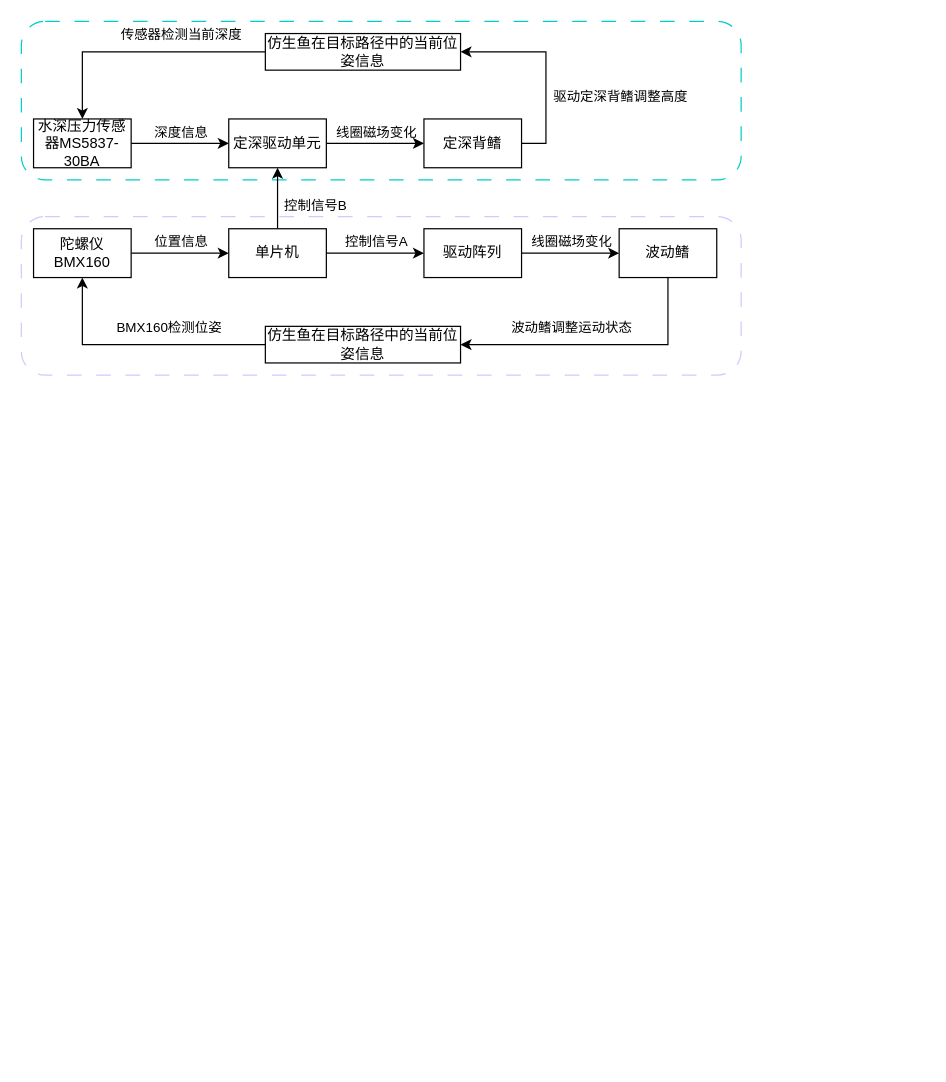
The draw.io diagram 未命名绘图.drawio in chiguaren3/drawio_project, before the edit. Source tidied: cells renumbered, new cells numbered last; positions are measured from the earlier drawing's top-left corner, leaving out a move shared by most shapes. Both pictures are drawn from the tidied source at 122%, with x=0, y=0 at pixel (21, 21).
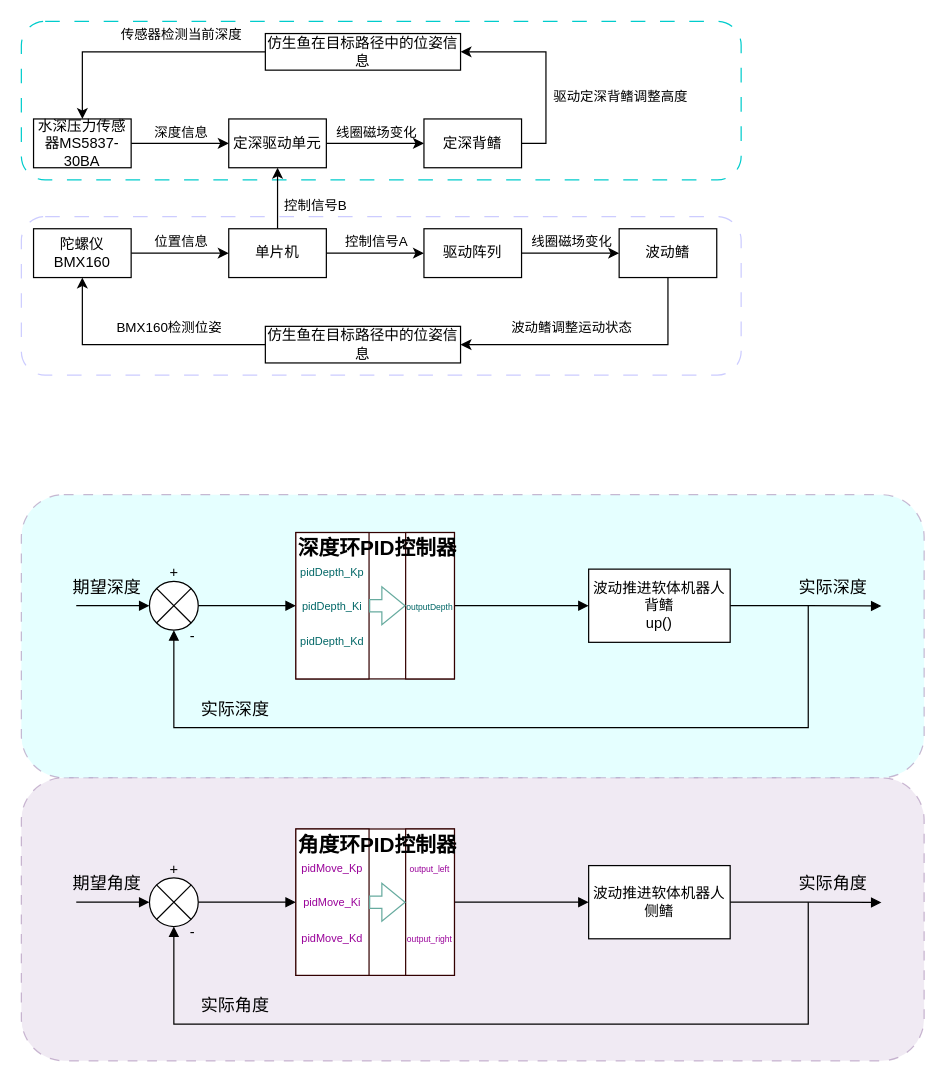
After the change.

Commit message:
更新未命名绘图.drawio

What changed in the source:
```diff
@@
+    <mxCell id="33" style="rounded=1;whiteSpace=wrap;html=1;fillColor=#e1d5e7;strokeColor=#9673a6;opacity=50;dashed=1;dashPattern=8 8;" parent="1" vertex="1">
+      <mxGeometry y="620" width="740" height="232" as="geometry" />
+    </mxCell>
@@
-    <mxCell id="17" value="仿生鱼在目标路径中的当前位姿信息" style="rounded=0;whiteSpace=wrap;html=1;labelBackgroundColor=none;" parent="1" vertex="1">
+    <mxCell id="17" value="仿生鱼在目标路径中的位姿信息" style="rounded=0;whiteSpace=wrap;html=1;labelBackgroundColor=none;" parent="1" vertex="1">
       <mxGeometry x="200" y="250" width="160" height="30" as="geometry" />
     </mxCell>
@@
-    <mxCell id="29" value="仿生鱼在目标路径中的当前位姿信息" style="rounded=0;whiteSpace=wrap;html=1;labelBackgroundColor=none;" parent="1" vertex="1">
+    <mxCell id="29" value="仿生鱼在目标路径中的位姿信息" style="rounded=0;whiteSpace=wrap;html=1;labelBackgroundColor=none;" parent="1" vertex="1">
       <mxGeometry x="200" y="10" width="160" height="30" as="geometry" />
     </mxCell>
@@
+    <mxCell id="34" style="edgeStyle=orthogonalEdgeStyle;rounded=0;jettySize=auto;html=1;exitX=1;exitY=0.5;exitDx=0;exitDy=0;entryX=0;entryY=0.5;entryDx=0;entryDy=0;endArrow=block;endFill=1;" parent="1" edge="1" source="35" target="37">
+      <mxGeometry relative="1" as="geometry" />
+    </mxCell>
+    <mxCell id="35" style="shape=sumEllipse;perimeter=ellipsePerimeter;whiteSpace=wrap;html=1;backgroundOutline=1;" parent="1" vertex="1">
+      <mxGeometry x="105" y="702" width="40" height="40" as="geometry" />
+    </mxCell>
+    <mxCell id="36" style="edgeStyle=orthogonalEdgeStyle;rounded=0;jettySize=auto;html=1;exitX=1;exitY=0.5;exitDx=0;exitDy=0;endArrow=block;endFill=1;" parent="1" edge="1" source="37" target="39">
+      <mxGeometry relative="1" as="geometry" />
+    </mxCell>
+    <mxCell id="37" style="rounded=0;whiteSpace=wrap;html=1;strokeColor=#330000;" parent="1" vertex="1">
+      <mxGeometry x="225" y="662" width="130" height="120" as="geometry" />
+    </mxCell>
+    <mxCell id="38" style="edgeStyle=orthogonalEdgeStyle;rounded=0;jettySize=auto;html=1;exitX=1;exitY=0.5;exitDx=0;exitDy=0;endArrow=block;endFill=1;" parent="1" edge="1" source="39">
+      <mxGeometry relative="1" as="geometry">
+        <mxPoint x="705" y="722.2" as="targetPoint" />
+      </mxGeometry>
+    </mxCell>
+    <mxCell id="39" value="波动推进软体机器人&lt;div&gt;侧鳍&lt;/div&gt;" style="rounded=0;whiteSpace=wrap;html=1;" parent="1" vertex="1">
+      <mxGeometry x="465" y="692" width="116" height="60" as="geometry" />
+    </mxCell>
+    <mxCell id="40" style="endArrow=block;html=1;rounded=0;entryX=0.5;entryY=1;entryDx=0;entryDy=0;endFill=1;" parent="1" edge="1" target="35">
+      <mxGeometry relative="1" as="geometry">
+        <mxPoint x="645" y="722" as="sourcePoint" />
+        <Array as="points">
+          <mxPoint x="645" y="822" />
+          <mxPoint x="125" y="822" />
+        </Array>
+      </mxGeometry>
+    </mxCell>
+    <mxCell id="41" style="endArrow=block;html=1;rounded=0;entryX=0;entryY=0.5;entryDx=0;entryDy=0;endFill=1;" parent="1" edge="1" target="35">
+      <mxGeometry relative="1" as="geometry">
+        <mxPoint x="45" y="722" as="sourcePoint" />
+      </mxGeometry>
+    </mxCell>
+    <mxCell id="42" value="&lt;font style=&quot;font-size: 9px; color: rgb(153, 0, 153);&quot;&gt;pidMove_Kp&lt;/font&gt;&lt;div&gt;&lt;font style=&quot;font-size: 9px; color: rgb(153, 0, 153);&quot;&gt;&lt;br&gt;&lt;/font&gt;&lt;/div&gt;&lt;div&gt;&lt;font style=&quot;font-size: 9px; color: rgb(153, 0, 153);&quot;&gt;pidMove_Ki&lt;/font&gt;&lt;/div&gt;&lt;div&gt;&lt;font style=&quot;font-size: 9px; color: rgb(153, 0, 153);&quot;&gt;&lt;br&gt;&lt;/font&gt;&lt;/div&gt;&lt;div&gt;&lt;font style=&quot;font-size: 9px; color: rgb(153, 0, 153);&quot;&gt;pidMove_Kd&lt;/font&gt;&lt;/div&gt;" style="rounded=0;whiteSpace=wrap;html=1;strokeColor=#330000;" parent="1" vertex="1">
+      <mxGeometry x="225" y="662" width="60" height="120" as="geometry" />
+    </mxCell>
+    <mxCell id="43" value="&lt;span&gt;&lt;font style=&quot;font-size: 7px; color: rgb(153, 0, 153);&quot;&gt;output_left&lt;/font&gt;&lt;/span&gt;&lt;div&gt;&lt;font style=&quot;font-size: 7px; color: rgb(153, 0, 153);&quot;&gt;&lt;br&gt;&lt;/font&gt;&lt;/div&gt;&lt;div&gt;&lt;font style=&quot;font-size: 7px; color: rgb(153, 0, 153);&quot;&gt;&lt;br&gt;&lt;/font&gt;&lt;/div&gt;&lt;div&gt;&lt;font style=&quot;font-size: 7px; color: rgb(153, 0, 153);&quot;&gt;&lt;br&gt;&lt;/font&gt;&lt;/div&gt;&lt;div&gt;&lt;font style=&quot;font-size: 7px; color: rgb(153, 0, 153);&quot;&gt;output_right&lt;/font&gt;&lt;/div&gt;" style="rounded=0;whiteSpace=wrap;html=1;strokeColor=#330000;" parent="1" vertex="1">
+      <mxGeometry x="315" y="662" width="40" height="120" as="geometry" />
+    </mxCell>
+    <mxCell id="44" style="shape=flexArrow;endArrow=classic;html=1;rounded=0;entryX=0;entryY=0.5;entryDx=0;entryDy=0;exitX=1;exitY=0.5;exitDx=0;exitDy=0;strokeColor=#67AB9F;" parent="1" edge="1" source="42" target="43">
+      <mxGeometry relative="1" as="geometry" />
+    </mxCell>
+    <mxCell id="45" value="&lt;h1 style=&quot;margin-top: 0px;&quot;&gt;&lt;font style=&quot;font-size: 17px;&quot;&gt;角度环PID控制器&lt;/font&gt;&lt;/h1&gt;" style="text;html=1;whiteSpace=wrap;overflow=hidden;rounded=0;" parent="1" vertex="1">
+      <mxGeometry x="225" y="652" width="140" height="30" as="geometry" />
+    </mxCell>
+    <mxCell id="46" value="&lt;font style=&quot;font-size: 14px;&quot;&gt;期望角度&lt;/font&gt;" style="text;html=1;align=center;verticalAlign=middle;strokeColor=none;fillColor=none;" parent="1" vertex="1">
+      <mxGeometry x="30" y="692" width="80" height="30" as="geometry" />
+    </mxCell>
+    <mxCell id="47" value="&lt;font style=&quot;font-size: 14px;&quot;&gt;实际角度&lt;/font&gt;" style="text;html=1;align=center;verticalAlign=middle;strokeColor=none;fillColor=none;" parent="1" vertex="1">
+      <mxGeometry x="625" y="692" width="80" height="30" as="geometry" />
+    </mxCell>
+    <mxCell id="48" value="&lt;font style=&quot;font-size: 14px;&quot;&gt;实际角度&lt;/font&gt;" style="text;html=1;align=center;verticalAlign=middle;strokeColor=none;fillColor=none;" parent="1" vertex="1">
+      <mxGeometry x="135" y="792" width="80" height="30" as="geometry" />
+    </mxCell>
+    <mxCell id="49" value="+" style="text;html=1;align=center;verticalAlign=middle;strokeColor=none;fillColor=none;" parent="1" vertex="1">
+      <mxGeometry x="110" y="680" width="30" height="30" as="geometry" />
+    </mxCell>
+    <mxCell id="50" value="-" style="text;html=1;align=center;verticalAlign=middle;strokeColor=none;fillColor=none;" parent="1" vertex="1">
+      <mxGeometry x="125" y="732" width="30" height="30" as="geometry" />
+    </mxCell>
+    <mxCell id="51" style="rounded=1;whiteSpace=wrap;html=1;fillColor=#CCFFFF;strokeColor=#9673a6;opacity=50;dashed=1;dashPattern=8 8;" parent="1" vertex="1">
+      <mxGeometry y="388" width="740" height="232" as="geometry" />
+    </mxCell>
+    <mxCell id="52" style="edgeStyle=orthogonalEdgeStyle;rounded=0;jettySize=auto;html=1;exitX=1;exitY=0.5;exitDx=0;exitDy=0;entryX=0;entryY=0.5;entryDx=0;entryDy=0;endArrow=block;endFill=1;" parent="1" edge="1" source="53" target="55">
+      <mxGeometry relative="1" as="geometry" />
+    </mxCell>
+    <mxCell id="53" style="shape=sumEllipse;perimeter=ellipsePerimeter;whiteSpace=wrap;html=1;backgroundOutline=1;" parent="1" vertex="1">
+      <mxGeometry x="105" y="459" width="40" height="40" as="geometry" />
+    </mxCell>
+    <mxCell id="54" style="edgeStyle=orthogonalEdgeStyle;rounded=0;jettySize=auto;html=1;exitX=1;exitY=0.5;exitDx=0;exitDy=0;endArrow=block;endFill=1;" parent="1" edge="1" source="55" target="57">
+      <mxGeometry relative="1" as="geometry" />
+    </mxCell>
+    <mxCell id="55" style="rounded=0;whiteSpace=wrap;html=1;strokeColor=#330000;" parent="1" vertex="1">
+      <mxGeometry x="225" y="419" width="130" height="120" as="geometry" />
+    </mxCell>
+    <mxCell id="56" style="edgeStyle=orthogonalEdgeStyle;rounded=0;jettySize=auto;html=1;exitX=1;exitY=0.5;exitDx=0;exitDy=0;endArrow=block;endFill=1;" parent="1" edge="1" source="57">
+      <mxGeometry relative="1" as="geometry">
+        <mxPoint x="705" y="479.2" as="targetPoint" />
+      </mxGeometry>
+    </mxCell>
+    <mxCell id="57" value="波动推进软体机器人&lt;div&gt;背鳍&lt;/div&gt;&lt;div&gt;up()&lt;/div&gt;" style="rounded=0;whiteSpace=wrap;html=1;" parent="1" vertex="1">
+      <mxGeometry x="465" y="449" width="116" height="60" as="geometry" />
+    </mxCell>
+    <mxCell id="58" style="endArrow=block;html=1;rounded=0;entryX=0.5;entryY=1;entryDx=0;entryDy=0;endFill=1;" parent="1" edge="1" target="53">
+      <mxGeometry relative="1" as="geometry">
+        <mxPoint x="645" y="479" as="sourcePoint" />
+        <Array as="points">
+          <mxPoint x="645" y="579" />
+          <mxPoint x="125" y="579" />
+        </Array>
+      </mxGeometry>
+    </mxCell>
+    <mxCell id="59" style="endArrow=block;html=1;rounded=0;entryX=0;entryY=0.5;entryDx=0;entryDy=0;endFill=1;" parent="1" edge="1" target="53">
+      <mxGeometry relative="1" as="geometry">
+        <mxPoint x="45" y="479" as="sourcePoint" />
+      </mxGeometry>
+    </mxCell>
+    <mxCell id="60" value="&lt;font style=&quot;font-size: 9px; color: rgb(0, 102, 102);&quot;&gt;pidDepth_Kp&lt;/font&gt;&lt;div&gt;&lt;font style=&quot;font-size: 9px; color: rgb(0, 102, 102);&quot;&gt;&lt;br&gt;&lt;/font&gt;&lt;/div&gt;&lt;div&gt;&lt;font style=&quot;font-size: 9px; color: rgb(0, 102, 102);&quot;&gt;pidDepth_Ki&lt;/font&gt;&lt;/div&gt;&lt;div&gt;&lt;font style=&quot;font-size: 9px; color: rgb(0, 102, 102);&quot;&gt;&lt;br&gt;&lt;/font&gt;&lt;/div&gt;&lt;div&gt;&lt;font style=&quot;font-size: 9px; color: rgb(0, 102, 102);&quot;&gt;pidDepth_Kd&lt;/font&gt;&lt;/div&gt;" style="rounded=0;whiteSpace=wrap;html=1;strokeColor=#330000;" parent="1" vertex="1">
+      <mxGeometry x="225" y="419" width="60" height="120" as="geometry" />
+    </mxCell>
+    <mxCell id="61" value="&lt;div&gt;&lt;span style=&quot;font-size: 7px; background-color: transparent;&quot;&gt;&lt;font style=&quot;color: light-dark(rgb(0, 102, 102), rgb(116, 79, 103));&quot;&gt;outputDepth&lt;/font&gt;&lt;/span&gt;&lt;/div&gt;" style="rounded=0;whiteSpace=wrap;html=1;strokeColor=#330000;" parent="1" vertex="1">
+      <mxGeometry x="315" y="419" width="40" height="120" as="geometry" />
+    </mxCell>
+    <mxCell id="62" style="shape=flexArrow;endArrow=classic;html=1;rounded=0;entryX=0;entryY=0.5;entryDx=0;entryDy=0;exitX=1;exitY=0.5;exitDx=0;exitDy=0;strokeColor=#67AB9F;" parent="1" edge="1" source="60" target="61">
+      <mxGeometry relative="1" as="geometry" />
+    </mxCell>
+    <mxCell id="63" value="&lt;h1 style=&quot;margin-top: 0px;&quot;&gt;&lt;font style=&quot;font-size: 17px;&quot;&gt;深度环PID控制器&lt;/font&gt;&lt;/h1&gt;" style="text;html=1;whiteSpace=wrap;overflow=hidden;rounded=0;" parent="1" vertex="1">
+      <mxGeometry x="225" y="409" width="140" height="30" as="geometry" />
+    </mxCell>
+    <mxCell id="64" value="&lt;font style=&quot;font-size: 14px;&quot;&gt;期望深度&lt;/font&gt;" style="text;html=1;align=center;verticalAlign=middle;strokeColor=none;fillColor=none;" parent="1" vertex="1">
+      <mxGeometry x="30" y="449" width="80" height="30" as="geometry" />
+    </mxCell>
+    <mxCell id="65" value="&lt;font style=&quot;font-size: 14px;&quot;&gt;实际深度&lt;/font&gt;" style="text;html=1;align=center;verticalAlign=middle;strokeColor=none;fillColor=none;" parent="1" vertex="1">
+      <mxGeometry x="625" y="449" width="80" height="30" as="geometry" />
+    </mxCell>
+    <mxCell id="66" value="&lt;font style=&quot;font-size: 14px;&quot;&gt;实际深度&lt;/font&gt;" style="text;html=1;align=center;verticalAlign=middle;strokeColor=none;fillColor=none;" parent="1" vertex="1">
+      <mxGeometry x="135" y="549" width="80" height="30" as="geometry" />
+    </mxCell>
+    <mxCell id="67" value="+" style="text;html=1;align=center;verticalAlign=middle;strokeColor=none;fillColor=none;" parent="1" vertex="1">
+      <mxGeometry x="110" y="437" width="30" height="30" as="geometry" />
+    </mxCell>
+    <mxCell id="68" value="-" style="text;html=1;align=center;verticalAlign=middle;strokeColor=none;fillColor=none;" parent="1" vertex="1">
+      <mxGeometry x="125" y="489" width="30" height="30" as="geometry" />
+    </mxCell>
```
